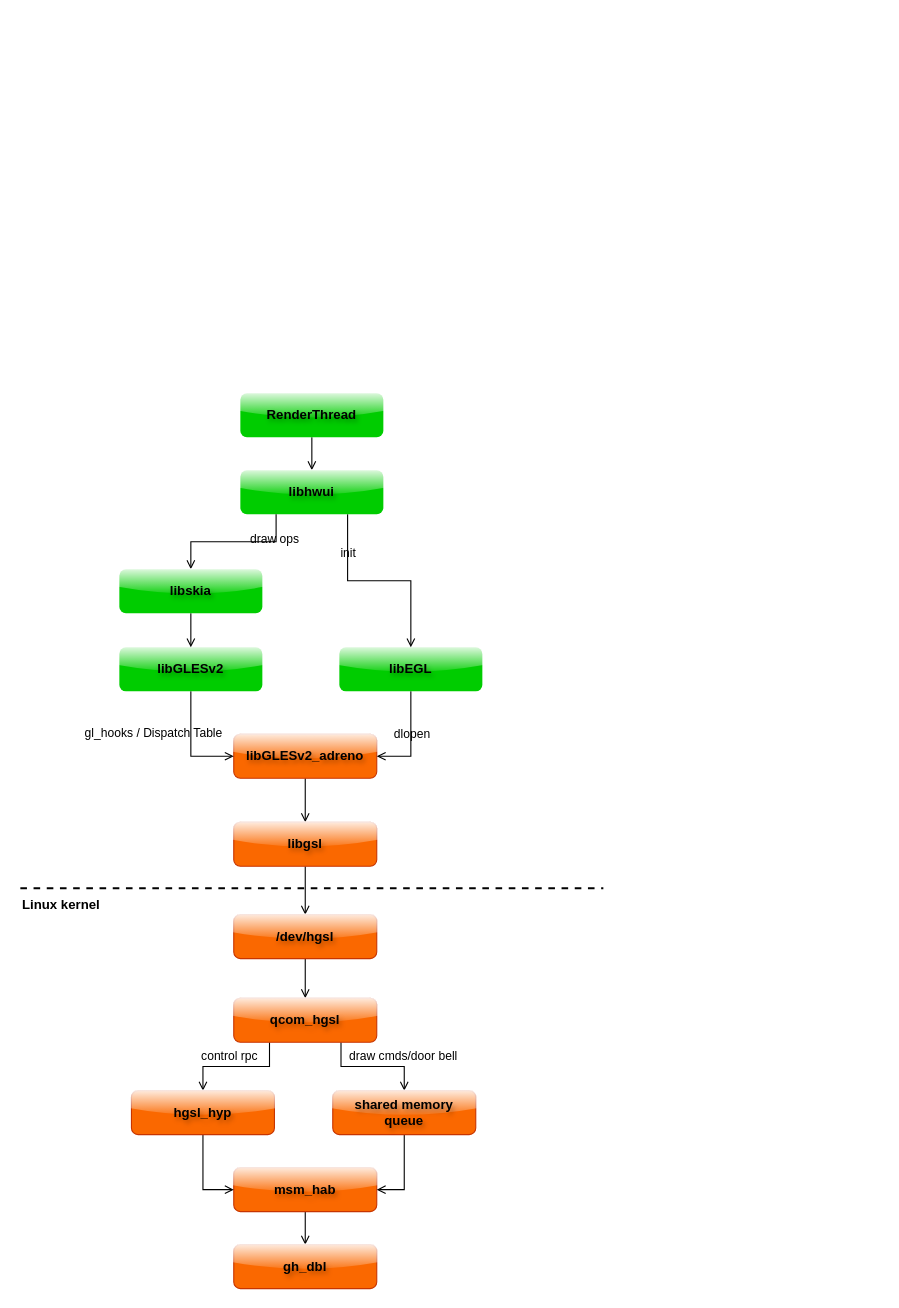
Before: page "第 2 页" (2 of 2) of assets/drawio/sw-architecture-all-in-one.drawio in Ethen-Cao/ethenslab, a draw.io diagram. Source tidied: cells renumbered, new cells numbered last; positions are measured from the earlier drawing's top-left corner, leaving out a move shared by most shapes. Both pictures are drawn from the tidied source at 110%, with x=0, y=0 at pixel (20, 393).
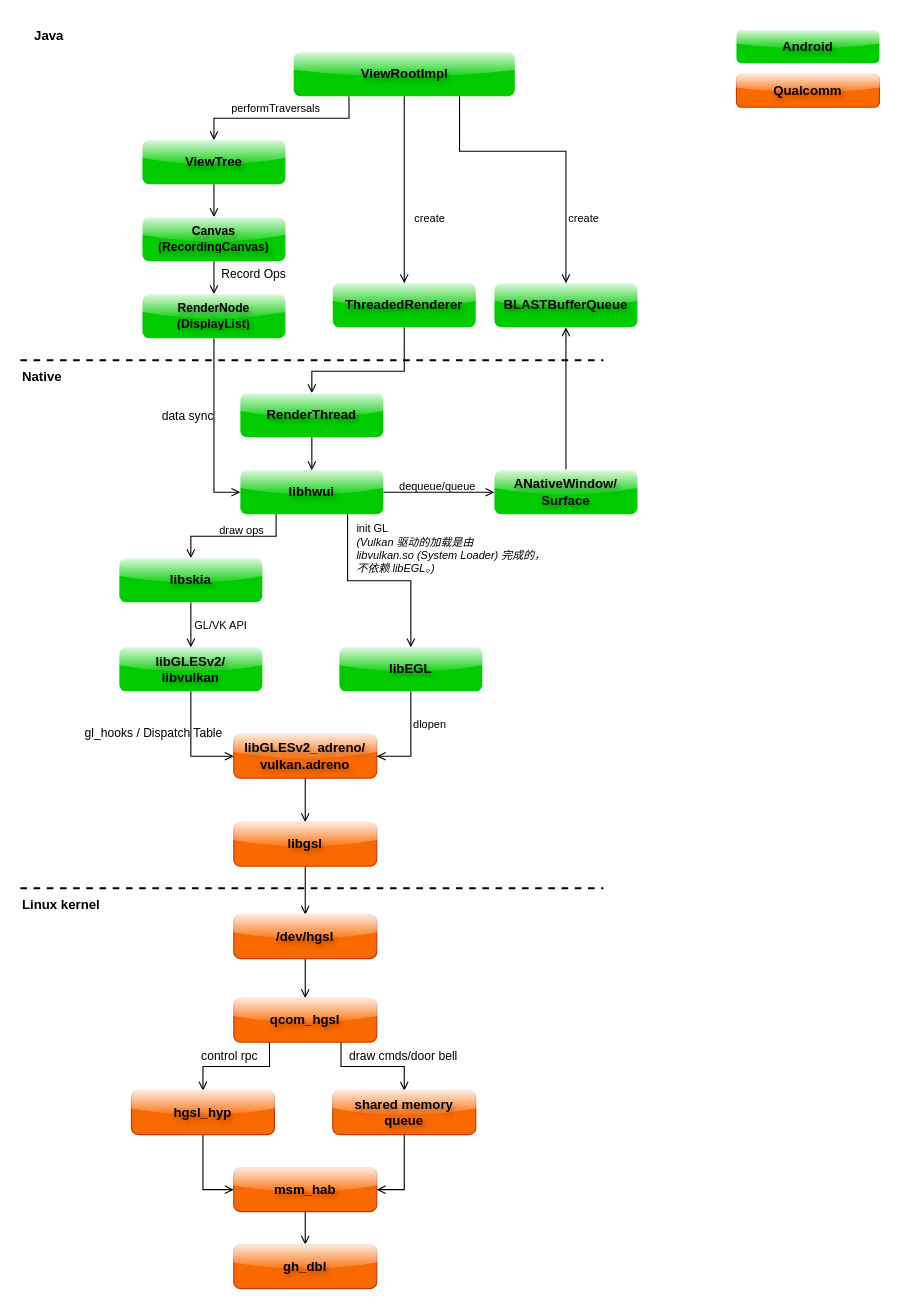
Above is the later version.

Unchanged cells that the change refers to:
```xml
<mxCell id="7" style="edgeStyle=orthogonalEdgeStyle;rounded=0;jettySize=auto;html=1;entryX=1;entryY=0.5;entryDx=0;entryDy=0;exitX=0.5;exitY=1;exitDx=0;exitDy=0;endArrow=open;endFill=0;" parent="1" edge="1" source="9" target="3">
  <mxGeometry relative="1" as="geometry" />
</mxCell>
<mxCell id="27" style="edgeStyle=orthogonalEdgeStyle;rounded=0;jettySize=auto;html=1;strokeColor=default;align=center;verticalAlign=middle;fontFamily=Helvetica;fontSize=11;fontColor=default;labelBackgroundColor=default;endArrow=open;endFill=0;exitX=0.75;exitY=1;exitDx=0;exitDy=0;" parent="1" edge="1" source="29" target="9">
  <mxGeometry relative="1" as="geometry" />
</mxCell>
<mxCell id="29" value="libhwui" style="rounded=1;whiteSpace=wrap;fillColor=#00CC00;fontColor=default;strokeColor=none;fontStyle=1;textShadow=1;gradientColor=none;glass=1;shadow=0;" parent="1" vertex="1">
  <mxGeometry x="200" y="70" width="130" height="40" as="geometry" />
</mxCell>
<mxCell id="30" style="edgeStyle=orthogonalEdgeStyle;rounded=0;jettySize=auto;html=1;strokeColor=default;align=center;verticalAlign=middle;fontFamily=Helvetica;fontSize=11;fontColor=default;labelBackgroundColor=default;endArrow=open;endFill=0;exitX=0.25;exitY=1;exitDx=0;exitDy=0;" parent="1" edge="1" source="29" target="37">
  <mxGeometry relative="1" as="geometry" />
</mxCell>
<mxCell id="36" style="edgeStyle=orthogonalEdgeStyle;rounded=0;jettySize=auto;html=1;entryX=0.5;entryY=0;entryDx=0;entryDy=0;strokeColor=default;align=center;verticalAlign=middle;fontFamily=Helvetica;fontSize=11;fontColor=default;labelBackgroundColor=default;endArrow=open;endFill=0;" parent="1" edge="1" source="37" target="6">
  <mxGeometry relative="1" as="geometry" />
</mxCell>
```

Change to the diagram source:
```diff
@@
-    <mxCell id="3" value="libGLESv2_adreno" style="rounded=1;whiteSpace=wrap;fillColor=#fa6800;fontColor=#000000;strokeColor=#C73500;fontStyle=1;textShadow=1;glass=1;shadow=0;" parent="1" vertex="1">
+    <mxCell id="3" value="libGLESv2_adreno/&#10;vulkan.adreno" style="rounded=1;whiteSpace=wrap;fillColor=#fa6800;fontColor=#000000;strokeColor=#C73500;fontStyle=1;textShadow=1;glass=1;shadow=0;" parent="1" vertex="1">
       <mxGeometry x="194" y="310" width="130" height="40" as="geometry" />
     </mxCell>
@@
-    <mxCell id="6" value="libGLESv2" style="rounded=1;whiteSpace=wrap;fillColor=#00CC00;fontColor=default;strokeColor=none;fontStyle=1;textShadow=1;gradientColor=none;glass=1;shadow=0;" parent="1" vertex="1">
+    <mxCell id="6" value="libGLESv2/&#10;libvulkan" style="rounded=1;whiteSpace=wrap;fillColor=#00CC00;fontColor=default;strokeColor=none;fontStyle=1;textShadow=1;gradientColor=none;glass=1;shadow=0;" parent="1" vertex="1">
       <mxGeometry x="90" y="231" width="130" height="40" as="geometry" />
     </mxCell>
@@
-    <mxCell id="8" value="dlopen" style="edgeLabel;html=1;align=center;verticalAlign=middle;labelBackgroundColor=none;" parent="7" vertex="1">
+    <mxCell id="8" value="dlopen" style="edgeLabel;html=1;align=center;verticalAlign=middle;labelBackgroundColor=none;fontSize=10;" parent="7" vertex="1">
       <mxGeometry x="-0.15" y="-1" relative="1" as="geometry">
-        <mxPoint x="1" as="offset" />
+        <mxPoint x="17" y="-9" as="offset" />
       </mxGeometry>
     </mxCell>
@@
-    <mxCell id="25" style="edgeStyle=orthogonalEdgeStyle;rounded=0;jettySize=auto;html=1;entryX=0.5;entryY=0;entryDx=0;entryDy=0;strokeColor=default;align=center;verticalAlign=middle;fontFamily=Helvetica;fontSize=11;fontColor=default;labelBackgroundColor=default;endArrow=open;endFill=0;" parent="1" edge="1" source="26" target="29">
-      <mxGeometry relative="1" as="geometry" />
-    </mxCell>
+    <mxCell id="38" style="edgeStyle=orthogonalEdgeStyle;rounded=0;jettySize=auto;html=1;strokeColor=default;align=center;verticalAlign=middle;fontFamily=Helvetica;fontSize=11;fontColor=default;labelBackgroundColor=default;endArrow=open;endFill=0;" parent="1" edge="1" source="26" target="67">
+      <mxGeometry relative="1" as="geometry">
+        <Array as="points">
+          <mxPoint x="349" y="-20" />
+          <mxPoint x="265" y="-20" />
+        </Array>
+      </mxGeometry>
+    </mxCell>
-    <mxCell id="26" value="RenderThread" style="rounded=1;whiteSpace=wrap;fillColor=#00CC00;fontColor=default;strokeColor=none;fontStyle=1;textShadow=1;gradientColor=none;glass=1;shadow=0;" parent="1" vertex="1">
-      <mxGeometry x="200" width="130" height="40" as="geometry" />
+    <mxCell id="26" value="ThreadedRenderer" style="rounded=1;whiteSpace=wrap;fillColor=#00CC00;fontColor=default;strokeColor=none;fontStyle=1;textShadow=1;gradientColor=none;glass=1;shadow=0;" parent="1" vertex="1">
+      <mxGeometry x="284" y="-100" width="130" height="40" as="geometry" />
     </mxCell>
@@
-    <mxCell id="28" value="init" style="edgeLabel;html=1;align=center;verticalAlign=middle;labelBackgroundColor=none;" parent="27" vertex="1">
-      <mxGeometry x="-0.62" relative="1" as="geometry" />
+    <mxCell id="28" value="init GL&lt;br&gt;&lt;i&gt;&lt;font&gt;(Vulkan 驱动的加载是由 &lt;br&gt;libvulkan.so (System Loader) 完成的，&lt;br&gt;不依赖 libEGL。)&lt;/font&gt;&lt;/i&gt;" style="edgeLabel;html=1;align=left;verticalAlign=middle;labelBackgroundColor=none;fontSize=10;" parent="27" vertex="1">
+      <mxGeometry x="-0.62" relative="1" as="geometry">
+        <mxPoint x="6" y="-4" as="offset" />
+      </mxGeometry>
     </mxCell>
+    <mxCell id="39" style="edgeStyle=orthogonalEdgeStyle;rounded=0;jettySize=auto;html=1;entryX=0;entryY=0.5;entryDx=0;entryDy=0;strokeColor=default;align=center;verticalAlign=middle;fontFamily=Helvetica;fontSize=11;fontColor=default;labelBackgroundColor=default;endArrow=open;endFill=0;" parent="1" edge="1" source="29" target="43">
+      <mxGeometry relative="1" as="geometry" />
+    </mxCell>
+    <mxCell id="40" value="dequeue/queue" style="edgeLabel;html=1;align=center;verticalAlign=middle;fontSize=10;labelBackgroundColor=none;" parent="39" vertex="1">
+      <mxGeometry x="-0.04" y="-1" relative="1" as="geometry">
+        <mxPoint y="-8" as="offset" />
+      </mxGeometry>
+    </mxCell>
@@
-    <mxCell id="31" value="draw ops" style="edgeLabel;html=1;align=center;verticalAlign=middle;labelBackgroundColor=none;" parent="30" vertex="1">
-      <mxGeometry x="-0.65" y="-2" relative="1" as="geometry" />
+    <mxCell id="31" value="draw ops" style="edgeLabel;html=1;align=center;verticalAlign=middle;labelBackgroundColor=none;fontSize=10;" parent="30" vertex="1">
+      <mxGeometry x="-0.65" y="-2" relative="1" as="geometry">
+        <mxPoint x="-31" y="-5" as="offset" />
+      </mxGeometry>
     </mxCell>
@@
+    <mxCell id="41" value="GL/VK API" style="edgeLabel;html=1;align=center;verticalAlign=middle;labelBackgroundColor=none;fontSize=10;" parent="36" vertex="1">
+      <mxGeometry x="-0.57" y="1" relative="1" as="geometry">
+        <mxPoint x="25" y="11" as="offset" />
+      </mxGeometry>
+    </mxCell>
     <mxCell id="37" value="libskia" style="rounded=1;whiteSpace=wrap;fillColor=#00CC00;fontColor=default;strokeColor=none;fontStyle=1;textShadow=1;gradientColor=none;glass=1;shadow=0;" parent="1" vertex="1">
-      <mxGeometry x="90" y="160" width="130" height="40" as="geometry" />
+      <mxGeometry x="90" y="150" width="130" height="40" as="geometry" />
     </mxCell>
+    <mxCell id="42" style="edgeStyle=orthogonalEdgeStyle;rounded=0;jettySize=auto;html=1;entryX=0.5;entryY=1;entryDx=0;entryDy=0;strokeColor=default;align=center;verticalAlign=middle;fontFamily=Helvetica;fontSize=11;fontColor=default;labelBackgroundColor=default;endArrow=open;endFill=0;" parent="1" edge="1" source="43" target="44">
+      <mxGeometry relative="1" as="geometry" />
+    </mxCell>
+    <mxCell id="43" value="ANativeWindow/&#10;Surface" style="rounded=1;whiteSpace=wrap;fillColor=#00CC00;fontColor=default;strokeColor=none;fontStyle=1;textShadow=1;gradientColor=none;glass=1;shadow=0;" parent="1" vertex="1">
+      <mxGeometry x="431" y="70" width="130" height="40" as="geometry" />
+    </mxCell>
+    <mxCell id="44" value="BLASTBufferQueue" style="rounded=1;whiteSpace=wrap;fillColor=#00CC00;fontColor=default;strokeColor=none;fontStyle=1;textShadow=1;gradientColor=none;glass=1;shadow=0;" parent="1" vertex="1">
+      <mxGeometry x="431" y="-100" width="130" height="40" as="geometry" />
+    </mxCell>
+    <mxCell id="45" style="edgeStyle=orthogonalEdgeStyle;rounded=0;jettySize=auto;html=1;strokeColor=default;align=center;verticalAlign=middle;fontFamily=Helvetica;fontSize=11;fontColor=default;labelBackgroundColor=default;endArrow=open;endFill=0;entryX=0.5;entryY=0;entryDx=0;entryDy=0;exitX=0.75;exitY=1;exitDx=0;exitDy=0;" parent="1" edge="1" source="51" target="44">
+      <mxGeometry relative="1" as="geometry">
+        <Array as="points">
+          <mxPoint x="399" y="-220" />
+          <mxPoint x="496" y="-220" />
+        </Array>
+      </mxGeometry>
+    </mxCell>
+    <mxCell id="46" value="create" style="edgeLabel;html=1;align=center;verticalAlign=middle;labelBackgroundColor=none;fontSize=10;" parent="45" vertex="1">
+      <mxGeometry x="-0.41" y="2" relative="1" as="geometry">
+        <mxPoint x="83" y="62" as="offset" />
+      </mxGeometry>
+    </mxCell>
+    <mxCell id="47" style="edgeStyle=orthogonalEdgeStyle;rounded=0;jettySize=auto;html=1;strokeColor=default;align=center;verticalAlign=middle;fontFamily=Helvetica;fontSize=11;fontColor=default;labelBackgroundColor=default;endArrow=open;endFill=0;exitX=0.25;exitY=1;exitDx=0;exitDy=0;" parent="1" edge="1" source="51" target="56">
+      <mxGeometry relative="1" as="geometry" />
+    </mxCell>
+    <mxCell id="48" value="performTraversals" style="edgeLabel;html=1;align=center;verticalAlign=middle;labelBackgroundColor=none;fontSize=10;" parent="47" vertex="1">
+      <mxGeometry x="0.19" relative="1" as="geometry">
+        <mxPoint x="10" y="-10" as="offset" />
+      </mxGeometry>
+    </mxCell>
+    <mxCell id="49" style="edgeStyle=orthogonalEdgeStyle;rounded=0;jettySize=auto;html=1;strokeColor=default;align=center;verticalAlign=middle;fontFamily=Helvetica;fontSize=11;fontColor=default;labelBackgroundColor=default;endArrow=open;endFill=0;" parent="1" edge="1" source="51" target="26">
+      <mxGeometry relative="1" as="geometry" />
+    </mxCell>
+    <mxCell id="50" value="create" style="edgeLabel;html=1;align=center;verticalAlign=middle;fontSize=10;" parent="49" vertex="1">
+      <mxGeometry x="-0.05" relative="1" as="geometry">
+        <mxPoint x="22" y="29" as="offset" />
+      </mxGeometry>
+    </mxCell>
+    <mxCell id="51" value="ViewRootImpl" style="rounded=1;whiteSpace=wrap;fillColor=#00CC00;fontColor=default;strokeColor=none;fontStyle=1;textShadow=1;gradientColor=none;glass=1;shadow=0;" parent="1" vertex="1">
+      <mxGeometry x="248.5" y="-310" width="201" height="40" as="geometry" />
+    </mxCell>
+    <mxCell id="52" style="group;strokeColor=none;fillColor=none;" parent="1" vertex="1">
+      <mxGeometry x="651" y="-330" width="130" height="70" as="geometry" />
+    </mxCell>
+    <mxCell id="53" value="Android" style="rounded=1;whiteSpace=wrap;fillColor=#00CC00;fontColor=default;strokeColor=none;fontStyle=1;textShadow=1;gradientColor=none;glass=1;shadow=0;" parent="52" vertex="1">
+      <mxGeometry width="130" height="30" as="geometry" />
+    </mxCell>
+    <mxCell id="54" value="Qualcomm" style="rounded=1;whiteSpace=wrap;fillColor=#fa6800;fontColor=#000000;strokeColor=#C73500;fontStyle=1;textShadow=1;glass=1;shadow=0;" parent="52" vertex="1">
+      <mxGeometry y="40" width="130" height="30" as="geometry" />
+    </mxCell>
+    <mxCell id="55" style="edgeStyle=orthogonalEdgeStyle;rounded=0;jettySize=auto;html=1;strokeColor=default;align=center;verticalAlign=middle;fontFamily=Helvetica;fontSize=11;fontColor=default;labelBackgroundColor=default;endArrow=open;endFill=0;" parent="1" edge="1" source="56" target="62">
+      <mxGeometry relative="1" as="geometry" />
+    </mxCell>
+    <mxCell id="56" value="ViewTree" style="rounded=1;whiteSpace=wrap;fillColor=#00CC00;fontColor=default;strokeColor=none;fontStyle=1;textShadow=1;gradientColor=none;glass=1;shadow=0;" parent="1" vertex="1">
+      <mxGeometry x="111" y="-230" width="130" height="40" as="geometry" />
+    </mxCell>
+    <mxCell id="57" style="group;" parent="1" vertex="1">
+      <mxGeometry y="-30" width="530" height="30" as="geometry" />
+    </mxCell>
+    <mxCell id="58" style="endArrow=none;dashed=1;html=1;rounded=0;strokeWidth=2;" parent="57" edge="1">
+      <mxGeometry relative="1" as="geometry">
+        <mxPoint as="sourcePoint" />
+        <mxPoint x="530" as="targetPoint" />
+      </mxGeometry>
+    </mxCell>
+    <mxCell id="59" value="Native" style="text;html=1;whiteSpace=wrap;strokeColor=none;fillColor=none;align=left;verticalAlign=middle;rounded=0;fontStyle=1;" parent="57" vertex="1">
+      <mxGeometry width="100" height="30" as="geometry" />
+    </mxCell>
+    <mxCell id="60" style="edgeStyle=orthogonalEdgeStyle;rounded=0;jettySize=auto;html=1;strokeColor=default;align=center;verticalAlign=middle;fontFamily=Helvetica;fontSize=11;fontColor=default;labelBackgroundColor=default;endArrow=open;endFill=0;" parent="1" edge="1" source="62" target="65">
+      <mxGeometry relative="1" as="geometry" />
+    </mxCell>
+    <mxCell id="61" value="Record Ops" style="edgeLabel;html=1;align=center;verticalAlign=middle;labelBackgroundColor=none;" parent="60" vertex="1">
+      <mxGeometry x="-0.66" relative="1" as="geometry">
+        <mxPoint x="35" y="2" as="offset" />
+      </mxGeometry>
+    </mxCell>
+    <mxCell id="62" value="Canvas&#10;(RecordingCanvas)" style="rounded=1;whiteSpace=wrap;fillColor=#00CC00;fontColor=default;strokeColor=none;fontStyle=1;textShadow=1;gradientColor=none;glass=1;shadow=0;fontSize=11;" parent="1" vertex="1">
+      <mxGeometry x="111" y="-160" width="130" height="40" as="geometry" />
+    </mxCell>
+    <mxCell id="63" style="edgeStyle=orthogonalEdgeStyle;rounded=0;jettySize=auto;html=1;entryX=0;entryY=0.5;entryDx=0;entryDy=0;strokeColor=default;align=center;verticalAlign=middle;fontFamily=Helvetica;fontSize=11;fontColor=default;labelBackgroundColor=default;endArrow=open;endFill=0;" parent="1" edge="1" source="65" target="29">
+      <mxGeometry relative="1" as="geometry" />
+    </mxCell>
+    <mxCell id="64" value="data sync" style="edgeLabel;html=1;align=center;verticalAlign=middle;rounded=0;strokeColor=default;fontFamily=Helvetica;fontSize=11;fontColor=default;labelBackgroundColor=none;" parent="63" vertex="1">
+      <mxGeometry x="-0.49" relative="1" as="geometry">
+        <mxPoint x="-25" y="28" as="offset" />
+      </mxGeometry>
+    </mxCell>
+    <mxCell id="65" value="RenderNode&#10;(DisplayList)" style="rounded=1;whiteSpace=wrap;fillColor=#00CC00;fontColor=default;strokeColor=none;fontStyle=1;textShadow=1;gradientColor=none;glass=1;shadow=0;fontSize=11;" parent="1" vertex="1">
+      <mxGeometry x="111" y="-90" width="130" height="40" as="geometry" />
+    </mxCell>
+    <mxCell id="66" style="edgeStyle=orthogonalEdgeStyle;rounded=0;jettySize=auto;html=1;entryX=0.5;entryY=0;entryDx=0;entryDy=0;strokeColor=default;align=center;verticalAlign=middle;fontFamily=Helvetica;fontSize=11;fontColor=default;labelBackgroundColor=default;endArrow=open;endFill=0;" parent="1" edge="1" source="67" target="29">
+      <mxGeometry relative="1" as="geometry" />
+    </mxCell>
+    <mxCell id="67" value="RenderThread" style="rounded=1;whiteSpace=wrap;fillColor=#00CC00;fontColor=default;strokeColor=none;fontStyle=1;textShadow=1;gradientColor=none;glass=1;shadow=0;" parent="1" vertex="1">
+      <mxGeometry x="200" width="130" height="40" as="geometry" />
+    </mxCell>
+    <mxCell id="68" value="Java" style="text;html=1;whiteSpace=wrap;strokeColor=none;fillColor=none;align=left;verticalAlign=middle;rounded=0;fontStyle=1;" parent="1" vertex="1">
+      <mxGeometry x="11" y="-340" width="100" height="30" as="geometry" />
+    </mxCell>
```
